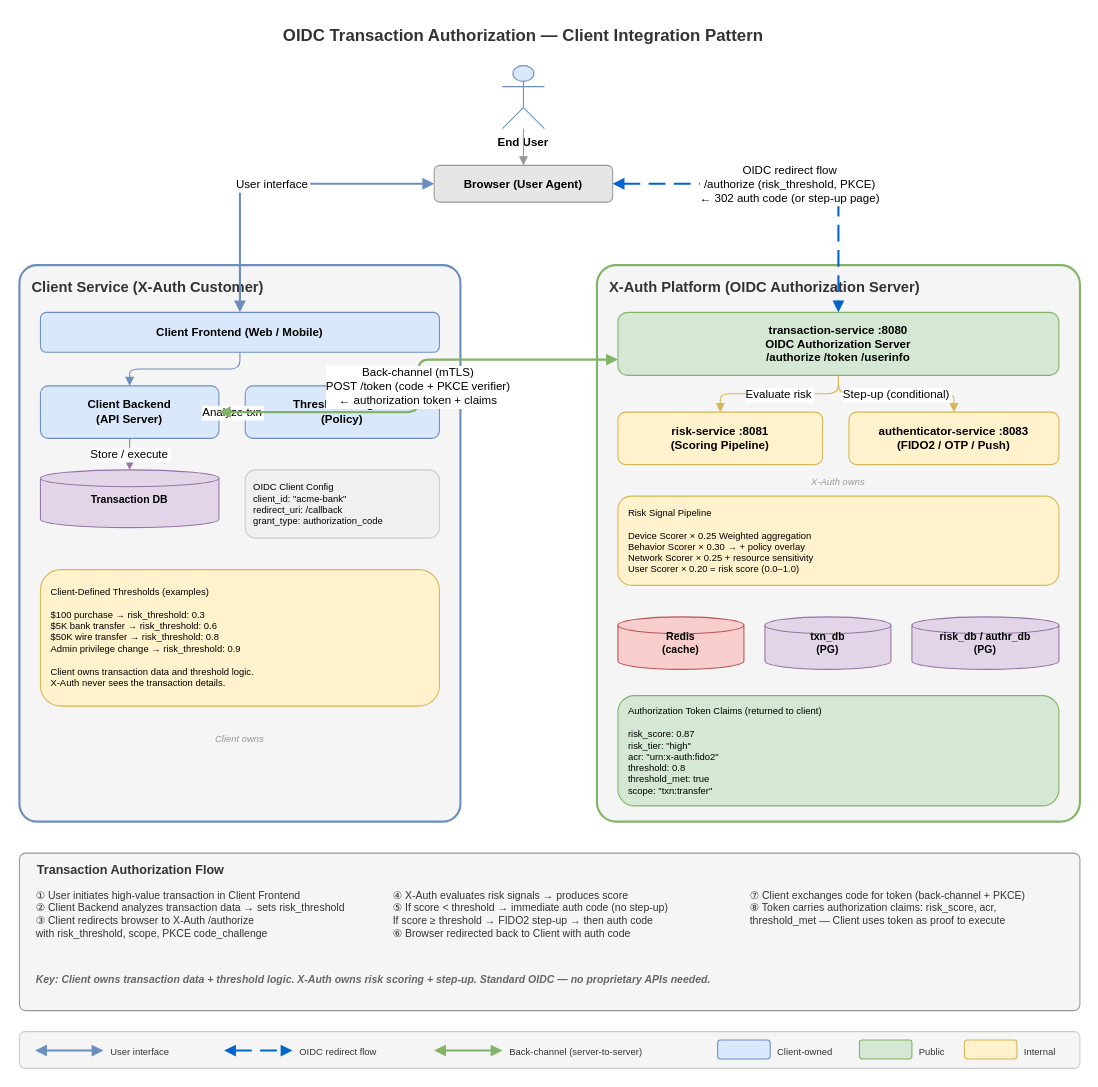
This is oidc-transaction-integration.drawio from tboman/x-auth-site, a draw.io file, before an edit. Source tidied: cells renumbered, new cells numbered last; positions are measured from the earlier drawing's top-left corner, leaving out a move shared by most shapes. Both pictures are drawn from the tidied source at 105%, with x=0, y=0 at pixel (19, 18).
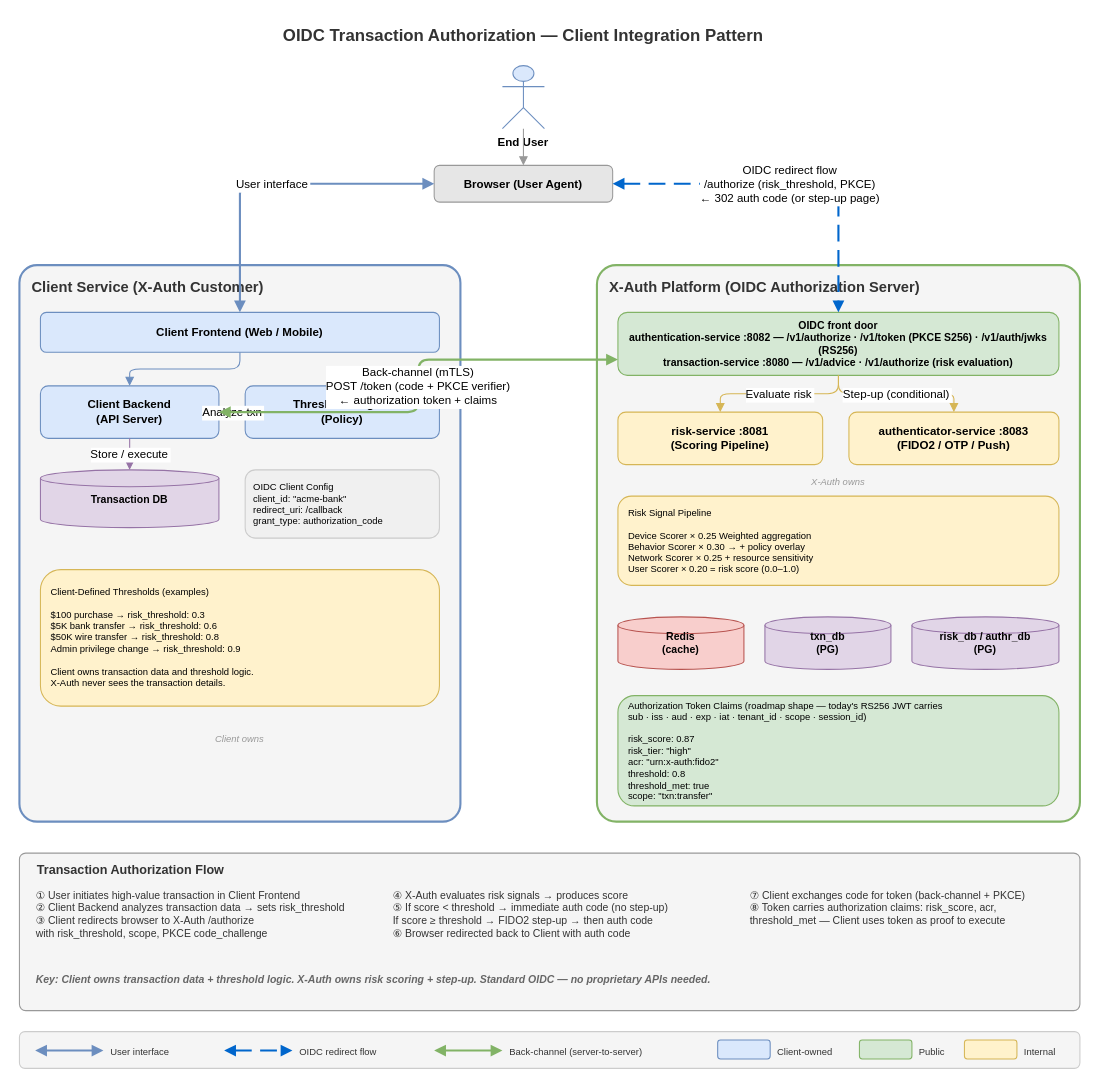
After the change.

Unchanged cells that the change refers to:
```xml
<mxCell id="17" value="X-Auth Platform  (OIDC Authorization Server)" style="rounded=1;whiteSpace=wrap;html=1;fillColor=#F5F5F5;strokeColor=#82B366;fontColor=#333333;fontSize=14;fontStyle=1;verticalAlign=top;align=left;spacingLeft=10;spacingTop=6;arcSize=4;strokeWidth=2;" parent="1" vertex="1">
  <mxGeometry x="550" y="235" width="460" height="530" as="geometry" />
</mxCell>
```

Change to the diagram source:
```diff
@@
-    <mxCell id="18" value="transaction-service :8080&#10;OIDC Authorization Server&#10;/authorize    /token    /userinfo" style="rounded=1;whiteSpace=wrap;html=1;fillColor=#d5e8d4;strokeColor=#82b366;fontSize=11;fontStyle=1;" parent="17" vertex="1">
+    <mxCell id="18" value="OIDC front door&#10;authentication-service :8082 — /v1/authorize · /v1/token (PKCE S256) · /v1/auth/jwks (RS256)&#10;transaction-service :8080 — /v1/advice · /v1/authorize (risk evaluation)" style="rounded=1;whiteSpace=wrap;html=1;fillColor=#d5e8d4;strokeColor=#82b366;fontSize=10;fontStyle=1;" parent="17" vertex="1">
       <mxGeometry x="20" y="45" width="420" height="60" as="geometry" />
     </mxCell>
@@
-    <mxCell id="25" value="Authorization Token Claims (returned to client)&#10;&#10;  risk_score:     0.87&#10;  risk_tier:      &quot;high&quot;&#10;  acr:            &quot;urn:x-auth:fido2&quot;&#10;  threshold:      0.8&#10;  threshold_met:  true&#10;  scope:          &quot;txn:transfer&quot;" style="rounded=1;whiteSpace=wrap;html=1;fillColor=#D5E8D4;strokeColor=#82B366;fontSize=9;align=left;spacingLeft=8;spacingRight=6;verticalAlign=middle;fontFamily=JetBrains Mono;" parent="17" vertex="1">
+    <mxCell id="25" value="Authorization Token Claims (roadmap shape — today's RS256 JWT carries&#10;sub · iss · aud · exp · iat · tenant_id · scope · session_id)&#10;&#10;  risk_score:     0.87&#10;  risk_tier:      &quot;high&quot;&#10;  acr:            &quot;urn:x-auth:fido2&quot;&#10;  threshold:      0.8&#10;  threshold_met:  true&#10;  scope:          &quot;txn:transfer&quot;" style="rounded=1;whiteSpace=wrap;html=1;fillColor=#D5E8D4;strokeColor=#82B366;fontSize=9;align=left;spacingLeft=8;spacingRight=6;verticalAlign=middle;fontFamily=JetBrains Mono;" parent="17" vertex="1">
       <mxGeometry x="20" y="410" width="420" height="105" as="geometry" />
     </mxCell>
```
